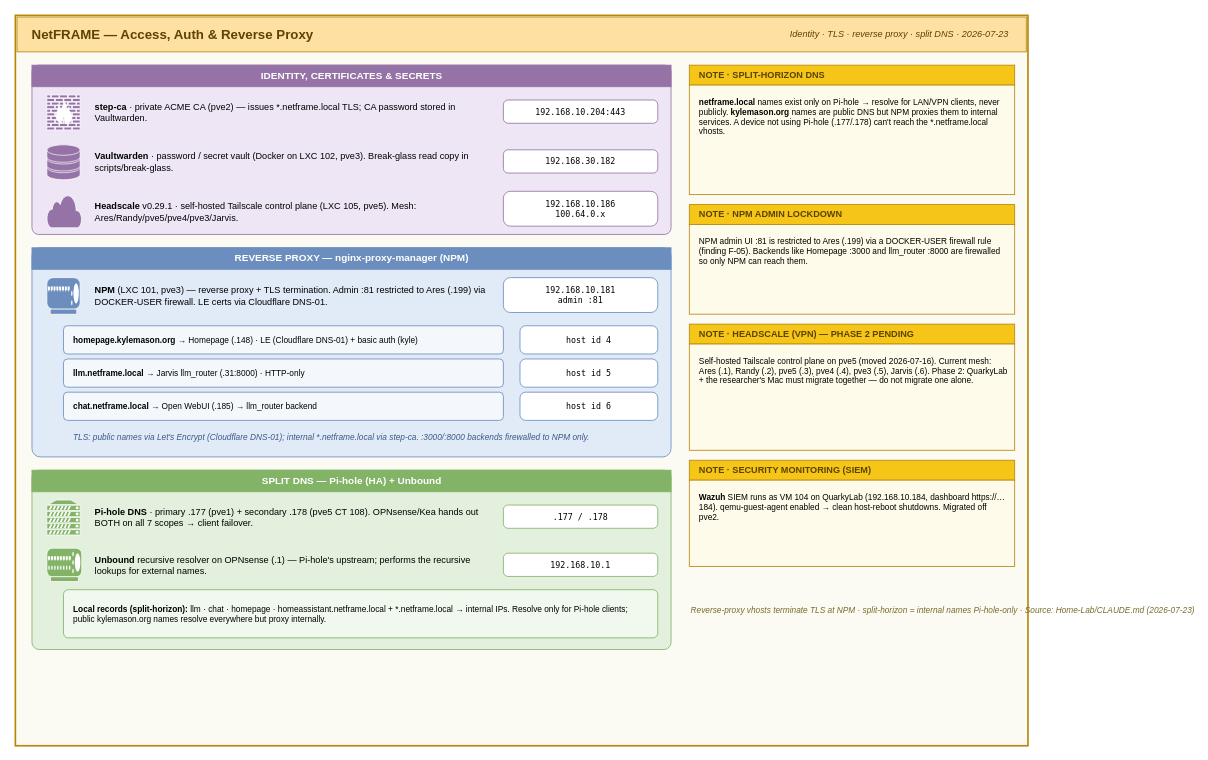
machismo0311/Home-Lab keeps this draw.io diagram as page "Access, Auth & Reverse Proxy" (4 of 7) of netframe-architecture-poster.drawio. Above is the earlier version. Source tidied: cells renumbered, new cells numbered last; positions are measured from the earlier drawing's top-left corner, leaving out a move shared by most shapes. Both pictures are drawn from the tidied source at 83%, with x=0, y=0 at pixel (15, 15).
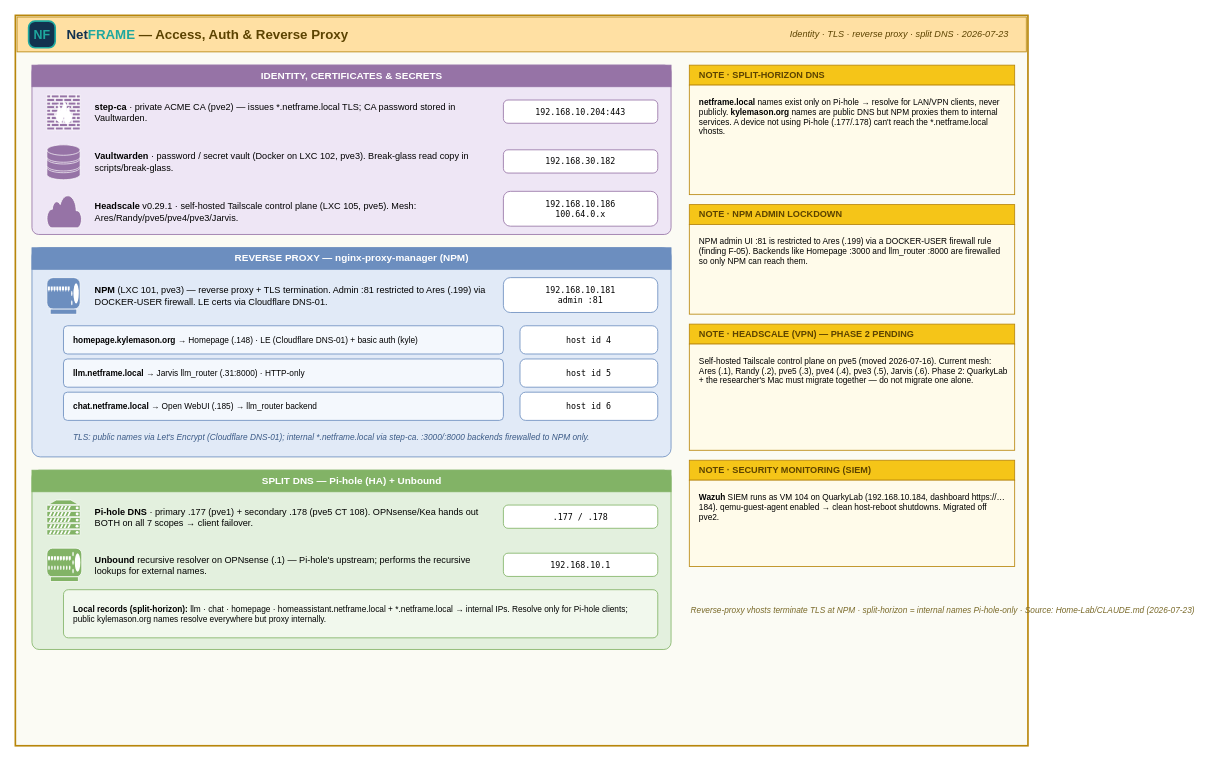
The same diagram, later.

Commit message (it also covers changes not shown here):
Add NetFRAME logo lockup to poster title bars + data-center hero image

Diff of the diagram source:
```diff
@@
-    <mxCell id="3" value="NetFRAME  —  Access, Auth &amp; Reverse Proxy" style="text;html=1;fillColor=#FFE0A3;strokeColor=#B8860B;fontStyle=1;fontSize=16;align=left;verticalAlign=middle;spacingLeft=16;fontColor=#5C4300;" parent="1" vertex="1">
+    <mxCell id="3" value="&lt;b&gt;&lt;font color=&quot;#12324F&quot;&gt;Net&lt;/font&gt;&lt;font color=&quot;#1FA89F&quot;&gt;FRAME&lt;/font&gt;&lt;/b&gt;  —  Access, Auth &amp; Reverse Proxy" style="text;html=1;fillColor=#FFE0A3;strokeColor=#B8860B;fontStyle=1;fontSize=16;align=left;verticalAlign=middle;spacingLeft=58;fontColor=#5C4300;" parent="1" vertex="1">
       <mxGeometry x="2" y="2" width="1216" height="42" as="geometry" />
     </mxCell>
+    <mxCell id="46" style="rounded=1;arcSize=24;whiteSpace=wrap;html=1;fillColor=#12324F;strokeColor=#1FA89F;strokeWidth=2;" parent="1" vertex="1">
+      <mxGeometry x="16" y="7" width="32" height="32" as="geometry" />
+    </mxCell>
+    <mxCell id="47" value="NF" style="text;html=1;fillColor=none;strokeColor=none;fontColor=#1FA89F;fontStyle=1;fontSize=15;align=center;verticalAlign=middle;" parent="1" vertex="1">
+      <mxGeometry x="16" y="7" width="32" height="32" as="geometry" />
+    </mxCell>
```
